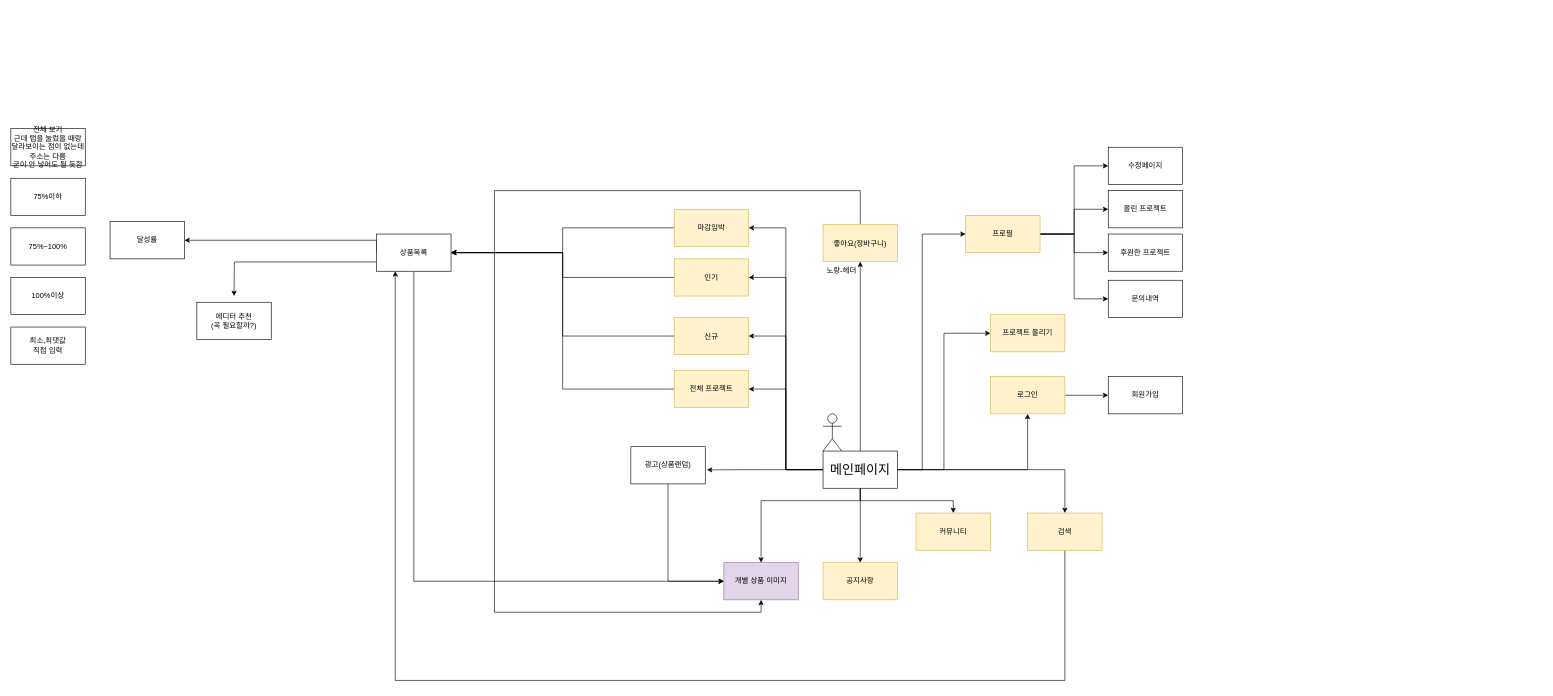
Above: 제목 없는 다이어그램.drawio in 1009god/kh-4team (draw.io), before the change. Source tidied: cells renumbered, new cells numbered last; positions are measured from the earlier drawing's top-left corner, leaving out a move shared by most shapes. Both pictures are drawn from the tidied source at 62%, with x=0, y=0 at pixel (11, 128).
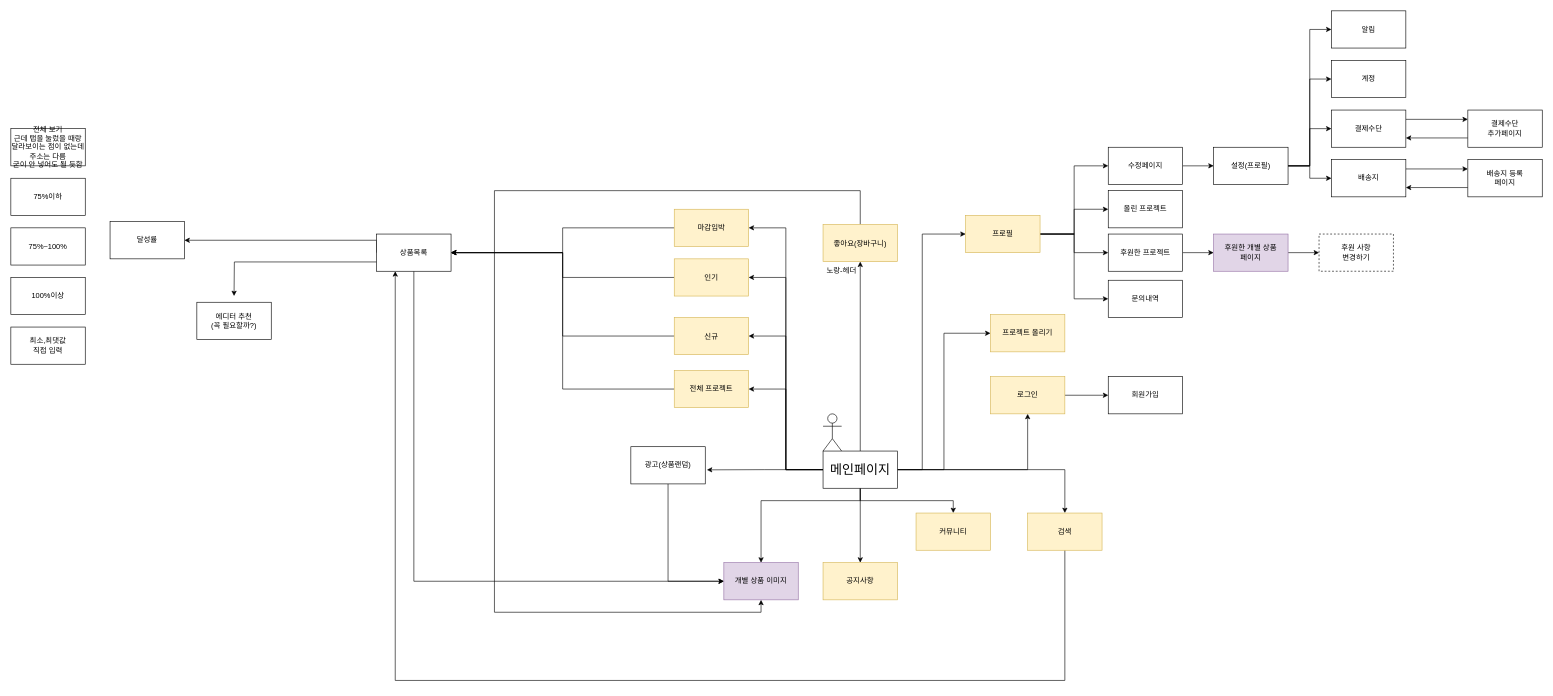
After the change.

Commit message:
제목 없는 다이어그램.drawio 업데이트

Unchanged cells that the change refers to:
```xml
<mxCell id="17" value="수정페이지" style="rounded=0;whiteSpace=wrap;html=1;" parent="1" vertex="1">
  <mxGeometry x="1770" y="30" width="120" height="60" as="geometry" />
</mxCell>
<mxCell id="24" value="후원한 프로젝트" style="rounded=0;whiteSpace=wrap;html=1;" parent="1" vertex="1">
  <mxGeometry x="1770" y="170" width="120" height="60" as="geometry" />
</mxCell>
```

Diff of the diagram source:
```diff
@@
+    <mxCell id="59" style="edgeStyle=orthogonalEdgeStyle;rounded=0;jettySize=auto;html=1;exitX=1;exitY=0.5;exitDx=0;exitDy=0;entryX=0;entryY=0.5;entryDx=0;entryDy=0;entryPerimeter=0;" parent="1" edge="1" source="17" target="65">
+      <mxGeometry relative="1" as="geometry" />
+    </mxCell>
@@
+    <mxCell id="60" style="edgeStyle=orthogonalEdgeStyle;rounded=0;jettySize=auto;html=1;exitX=1;exitY=0.5;exitDx=0;exitDy=0;" parent="1" edge="1" source="24" target="77">
+      <mxGeometry relative="1" as="geometry" />
+    </mxCell>
@@
+    <mxCell id="61" style="edgeStyle=orthogonalEdgeStyle;rounded=0;jettySize=auto;html=1;exitX=1;exitY=0.5;exitDx=0;exitDy=0;entryX=0;entryY=0.5;entryDx=0;entryDy=0;" parent="1" edge="1" source="65" target="70">
+      <mxGeometry relative="1" as="geometry" />
+    </mxCell>
+    <mxCell id="62" style="edgeStyle=orthogonalEdgeStyle;rounded=0;jettySize=auto;html=1;exitX=1;exitY=0.5;exitDx=0;exitDy=0;entryX=0;entryY=0.5;entryDx=0;entryDy=0;" parent="1" edge="1" source="65" target="68">
+      <mxGeometry relative="1" as="geometry" />
+    </mxCell>
+    <mxCell id="63" style="edgeStyle=orthogonalEdgeStyle;rounded=0;jettySize=auto;html=1;exitX=1;exitY=0.5;exitDx=0;exitDy=0;entryX=0;entryY=0.5;entryDx=0;entryDy=0;" parent="1" edge="1" source="65" target="66">
+      <mxGeometry relative="1" as="geometry" />
+    </mxCell>
+    <mxCell id="64" style="edgeStyle=orthogonalEdgeStyle;rounded=0;jettySize=auto;html=1;exitX=1;exitY=0.5;exitDx=0;exitDy=0;entryX=0;entryY=0.5;entryDx=0;entryDy=0;" parent="1" edge="1" source="65" target="71">
+      <mxGeometry relative="1" as="geometry" />
+    </mxCell>
+    <mxCell id="65" value="설정(프로필)" style="rounded=0;whiteSpace=wrap;html=1;" parent="1" vertex="1">
+      <mxGeometry x="1940" y="30" width="120" height="60" as="geometry" />
+    </mxCell>
+    <mxCell id="66" value="계정" style="rounded=0;whiteSpace=wrap;html=1;" parent="1" vertex="1">
+      <mxGeometry x="2130" y="-110" width="120" height="60" as="geometry" />
+    </mxCell>
+    <mxCell id="67" style="edgeStyle=orthogonalEdgeStyle;rounded=0;jettySize=auto;html=1;exitX=1;exitY=0.25;exitDx=0;exitDy=0;entryX=0;entryY=0.25;entryDx=0;entryDy=0;" parent="1" edge="1" source="68" target="73">
+      <mxGeometry relative="1" as="geometry" />
+    </mxCell>
+    <mxCell id="68" value="결제수단" style="rounded=0;whiteSpace=wrap;html=1;" parent="1" vertex="1">
+      <mxGeometry x="2130" y="-30" width="120" height="60" as="geometry" />
+    </mxCell>
+    <mxCell id="69" style="edgeStyle=orthogonalEdgeStyle;rounded=0;jettySize=auto;html=1;exitX=1;exitY=0.25;exitDx=0;exitDy=0;entryX=0;entryY=0.25;entryDx=0;entryDy=0;" parent="1" edge="1" source="70" target="75">
+      <mxGeometry relative="1" as="geometry" />
+    </mxCell>
+    <mxCell id="70" value="배송지" style="rounded=0;whiteSpace=wrap;html=1;" parent="1" vertex="1">
+      <mxGeometry x="2130" y="50" width="120" height="60" as="geometry" />
+    </mxCell>
+    <mxCell id="71" value="알림" style="rounded=0;whiteSpace=wrap;html=1;" parent="1" vertex="1">
+      <mxGeometry x="2130" y="-190" width="120" height="60" as="geometry" />
+    </mxCell>
+    <mxCell id="72" style="edgeStyle=orthogonalEdgeStyle;rounded=0;jettySize=auto;html=1;exitX=0;exitY=0.75;exitDx=0;exitDy=0;entryX=1;entryY=0.75;entryDx=0;entryDy=0;" parent="1" edge="1" source="73" target="68">
+      <mxGeometry relative="1" as="geometry" />
+    </mxCell>
+    <mxCell id="73" value="결제수단&lt;br&gt;추가페이지" style="rounded=0;whiteSpace=wrap;html=1;" parent="1" vertex="1">
+      <mxGeometry x="2350" y="-30" width="120" height="60" as="geometry" />
+    </mxCell>
+    <mxCell id="74" style="edgeStyle=orthogonalEdgeStyle;rounded=0;jettySize=auto;html=1;exitX=0;exitY=0.75;exitDx=0;exitDy=0;entryX=1;entryY=0.75;entryDx=0;entryDy=0;" parent="1" edge="1" source="75" target="70">
+      <mxGeometry relative="1" as="geometry" />
+    </mxCell>
+    <mxCell id="75" value="배송지 등록&lt;br&gt;페이지" style="rounded=0;whiteSpace=wrap;html=1;" parent="1" vertex="1">
+      <mxGeometry x="2350" y="50" width="120" height="60" as="geometry" />
+    </mxCell>
+    <mxCell id="76" style="edgeStyle=orthogonalEdgeStyle;rounded=0;jettySize=auto;html=1;" parent="1" edge="1" source="77" target="78">
+      <mxGeometry relative="1" as="geometry" />
+    </mxCell>
+    <mxCell id="77" value="후원한 개별 상품 &lt;br&gt;페이지" style="rounded=0;whiteSpace=wrap;html=1;fillColor=#e1d5e7;strokeColor=#9673a6;" parent="1" vertex="1">
+      <mxGeometry x="1940" y="170" width="120" height="60" as="geometry" />
+    </mxCell>
+    <mxCell id="78" value="후원 사항&lt;br&gt;변경하기" style="whiteSpace=wrap;html=1;rounded=0;dashed=1;" parent="1" vertex="1">
+      <mxGeometry x="2110" y="170" width="120" height="60" as="geometry" />
+    </mxCell>
```
